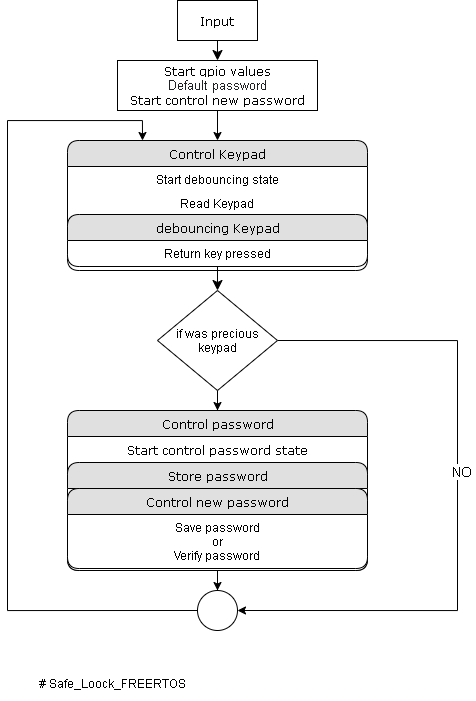
This is Safe_Look_Diagram.png from Immaczx/Safe_Loock_FREERTOS, a draw.io export, as it was before one commit. Source tidied: cells renumbered, new cells last; positions are measured from the earlier drawing's top-left corner, leaving out a move shared by most shapes. The source it was exported from:
```xml
<mxGraphModel background="#ffffff">
  <root>
    <mxCell id="0" />
    <mxCell id="1" parent="0" />
    <mxCell id="2" style="edgeStyle=none;html=1;labelBackgroundColor=none;startFill=0;startSize=8;endFill=1;endSize=8;fontFamily=Verdana;fontSize=12;entryX=0.5;entryY=0;entryDx=0;entryDy=0;" parent="1" edge="1" source="3" target="18">
      <mxGeometry relative="1" as="geometry" />
    </mxCell>
    <mxCell id="3" value="Input" style="whiteSpace=wrap;html=1;rounded=0;shadow=0;comic=0;labelBackgroundColor=none;strokeWidth=1;fontFamily=Verdana;fontSize=12;align=center;" parent="1" vertex="1">
      <mxGeometry x="170" width="80" height="40" as="geometry" />
    </mxCell>
    <mxCell id="4" value="Control Keypad" style="swimlane;html=1;fontStyle=0;horizontal=1;startSize=26;fillColor=#e0e0e0;swimlaneFillColor=#ffffff;align=center;rounded=1;shadow=0;comic=0;labelBackgroundColor=none;strokeWidth=1;fontFamily=Verdana;fontSize=12;" parent="1" vertex="1">
      <mxGeometry x="60" y="140" width="300" height="130" as="geometry" />
    </mxCell>
    <mxCell id="5" value="Start debouncing state" style="text;html=1;strokeColor=none;fillColor=none;spacingLeft=4;spacingRight=4;whiteSpace=wrap;overflow=hidden;align=center;" parent="4" vertex="1">
      <mxGeometry y="26" width="300" height="24" as="geometry" />
    </mxCell>
    <mxCell id="6" value="Read Keypad" style="text;html=1;strokeColor=none;fillColor=none;spacingLeft=4;spacingRight=4;whiteSpace=wrap;overflow=hidden;align=center;" parent="4" vertex="1">
      <mxGeometry y="50" width="300" height="24" as="geometry" />
    </mxCell>
    <mxCell id="7" value="debouncing Keypad" style="swimlane;html=1;fontStyle=0;horizontal=1;startSize=26;fillColor=#e0e0e0;swimlaneFillColor=#ffffff;align=center;rounded=1;shadow=0;comic=0;labelBackgroundColor=none;strokeWidth=1;fontFamily=Verdana;fontSize=12;" parent="4" vertex="1">
      <mxGeometry y="74" width="300" height="52" as="geometry" />
    </mxCell>
    <mxCell id="8" value="Return&amp;nbsp;&lt;span&gt;key pressed&lt;/span&gt;" style="text;html=1;strokeColor=none;fillColor=none;spacingLeft=4;spacingRight=4;whiteSpace=wrap;overflow=hidden;align=center;" parent="7" vertex="1">
      <mxGeometry y="26" width="300" height="26" as="geometry" />
    </mxCell>
    <mxCell id="9" style="edgeStyle=none;html=1;labelBackgroundColor=none;startFill=0;startSize=8;endFill=1;endSize=8;fontFamily=Verdana;fontSize=12;" parent="4" edge="1" target="7">
      <mxGeometry relative="1" as="geometry">
        <mxPoint x="150" y="126" as="sourcePoint" />
      </mxGeometry>
    </mxCell>
    <mxCell id="10" style="edgeStyle=none;html=1;labelBackgroundColor=none;startFill=0;startSize=8;endFill=1;endSize=8;fontFamily=Verdana;fontSize=12;entryX=0.5;entryY=0;entryDx=0;entryDy=0;" parent="1" edge="1" source="7" target="22">
      <mxGeometry relative="1" as="geometry" />
    </mxCell>
    <mxCell id="11" style="edgeStyle=orthogonalEdgeStyle;rounded=0;jettySize=auto;html=1;" parent="1" edge="1" source="12" target="24">
      <mxGeometry relative="1" as="geometry" />
    </mxCell>
    <mxCell id="12" value="Control password" style="swimlane;html=1;fontStyle=0;horizontal=1;startSize=26;fillColor=#e0e0e0;swimlaneFillColor=#ffffff;align=center;rounded=1;shadow=0;comic=0;labelBackgroundColor=none;strokeWidth=1;fontFamily=Verdana;fontSize=12;" parent="1" vertex="1">
      <mxGeometry x="60" y="410" width="300" height="160" as="geometry" />
    </mxCell>
    <mxCell id="13" value="&lt;span style=&quot;font-family: &amp;#34;verdana&amp;#34;&quot;&gt;Start control password state&lt;/span&gt;" style="text;html=1;strokeColor=none;fillColor=none;spacingLeft=4;spacingRight=4;whiteSpace=wrap;overflow=hidden;align=center;" parent="12" vertex="1">
      <mxGeometry y="26" width="300" height="26" as="geometry" />
    </mxCell>
    <mxCell id="14" value="Store password" style="swimlane;html=1;fontStyle=0;horizontal=1;startSize=26;fillColor=#e0e0e0;swimlaneFillColor=#ffffff;align=center;rounded=1;shadow=0;comic=0;labelBackgroundColor=none;strokeWidth=1;fontFamily=Verdana;fontSize=12;" parent="12" vertex="1">
      <mxGeometry y="52" width="300" height="108" as="geometry" />
    </mxCell>
    <mxCell id="15" value="Control new password" style="swimlane;html=1;fontStyle=0;horizontal=1;startSize=26;fillColor=#e0e0e0;swimlaneFillColor=#ffffff;align=center;rounded=1;shadow=0;comic=0;labelBackgroundColor=none;strokeWidth=1;fontFamily=Verdana;fontSize=12;" parent="14" vertex="1">
      <mxGeometry y="26" width="300" height="80" as="geometry" />
    </mxCell>
    <mxCell id="16" value="Save password&lt;br&gt;or&lt;br&gt;Verify password" style="text;html=1;strokeColor=none;fillColor=none;spacingLeft=4;spacingRight=4;whiteSpace=wrap;overflow=hidden;align=center;" parent="15" vertex="1">
      <mxGeometry y="26" width="300" height="54" as="geometry" />
    </mxCell>
    <mxCell id="17" style="edgeStyle=orthogonalEdgeStyle;rounded=0;jettySize=auto;html=1;entryX=0.5;entryY=0;entryDx=0;entryDy=0;" parent="1" edge="1" source="18" target="4">
      <mxGeometry relative="1" as="geometry" />
    </mxCell>
    <mxCell id="18" value="Start gpio values&lt;br&gt;&lt;span style=&quot;color: rgb(32 , 33 , 36) ; font-family: &amp;#34;roboto&amp;#34; , &amp;#34;arial&amp;#34; , sans-serif ; font-size: 13px ; text-align: left ; background-color: rgb(255 , 255 , 255)&quot;&gt;Default password&lt;/span&gt;&lt;br&gt;Start control new password" style="whiteSpace=wrap;html=1;rounded=0;shadow=0;comic=0;labelBackgroundColor=none;strokeWidth=1;fontFamily=Verdana;fontSize=12;align=center;" parent="1" vertex="1">
      <mxGeometry x="110" y="60" width="200" height="50" as="geometry" />
    </mxCell>
    <mxCell id="19" style="edgeStyle=orthogonalEdgeStyle;rounded=0;jettySize=auto;html=1;" parent="1" edge="1" source="22" target="12">
      <mxGeometry relative="1" as="geometry" />
    </mxCell>
    <mxCell id="20" style="edgeStyle=orthogonalEdgeStyle;rounded=0;jettySize=auto;html=1;exitX=1;exitY=0.5;exitDx=0;exitDy=0;entryX=1;entryY=0.5;entryDx=0;entryDy=0;" parent="1" edge="1" source="22" target="24">
      <mxGeometry relative="1" as="geometry">
        <Array as="points">
          <mxPoint x="450" y="340" />
          <mxPoint x="450" y="610" />
        </Array>
      </mxGeometry>
    </mxCell>
    <mxCell id="21" value="&lt;font style=&quot;font-size: 14px&quot;&gt;&amp;nbsp;NO&amp;nbsp;&lt;/font&gt;" style="edgeLabel;html=1;align=center;verticalAlign=middle;" parent="20" vertex="1">
      <mxGeometry x="-0.07" y="3" relative="1" as="geometry" />
    </mxCell>
    <mxCell id="22" value="if&amp;nbsp;&lt;span&gt;was precious keypad&lt;/span&gt;" style="rhombus;whiteSpace=wrap;html=1;" parent="1" vertex="1">
      <mxGeometry x="150" y="290" width="120" height="100" as="geometry" />
    </mxCell>
    <mxCell id="23" style="edgeStyle=orthogonalEdgeStyle;rounded=0;jettySize=auto;html=1;entryX=0.25;entryY=0;entryDx=0;entryDy=0;exitX=0;exitY=0.5;exitDx=0;exitDy=0;" parent="1" edge="1" source="24" target="4">
      <mxGeometry relative="1" as="geometry">
        <Array as="points">
          <mxPoint y="610" />
          <mxPoint y="120" />
          <mxPoint x="135" y="120" />
        </Array>
      </mxGeometry>
    </mxCell>
    <mxCell id="24" style="ellipse;whiteSpace=wrap;html=1;" parent="1" vertex="1">
      <mxGeometry x="190" y="590" width="40" height="40" as="geometry" />
    </mxCell>
    <mxCell id="25" value="# Safe_Loock_FREERTOS" style="text;whiteSpace=wrap;html=1;" parent="1" vertex="1">
      <mxGeometry x="30" y="670" width="170" height="30" as="geometry" />
    </mxCell>
  </root>
</mxGraphModel>
```
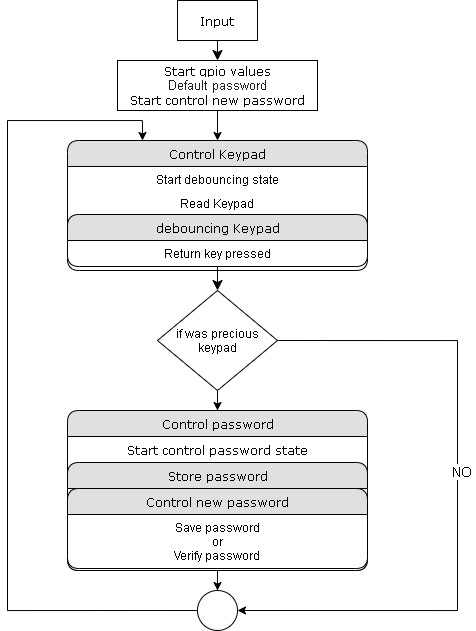
After the commit.

What changed in the source:
```diff
@@ -84,8 +84,5 @@
     <mxCell id="24" style="ellipse;whiteSpace=wrap;html=1;" parent="1" vertex="1">
       <mxGeometry x="190" y="590" width="40" height="40" as="geometry" />
     </mxCell>
-    <mxCell id="25" value="# Safe_Loock_FREERTOS" style="text;whiteSpace=wrap;html=1;" parent="1" vertex="1">
-      <mxGeometry x="30" y="670" width="170" height="30" as="geometry" />
-    </mxCell>
   </root>
 </mxGraphModel>
```
